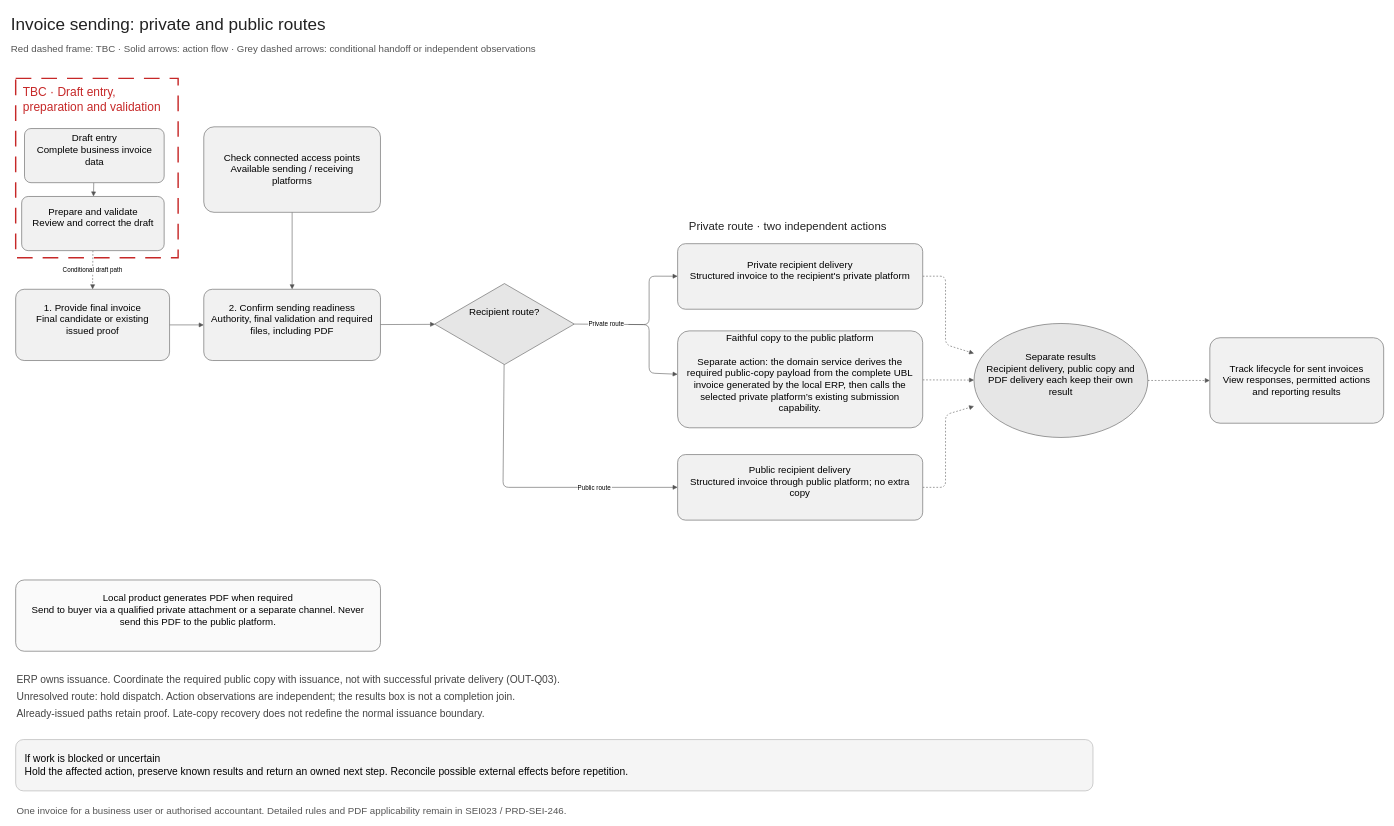
The draw.io diagram assets/diagrams/invoice-sending-end-to-end-workflow.drawio in jiaxinhe0709/pm_second_brain, before the edit. Source tidied: cells renumbered, new cells numbered last; positions are measured from the earlier drawing's top-left corner, leaving out a move shared by most shapes. Both pictures are drawn from the tidied source at 57%, with x=0, y=0 at pixel (10, 10).
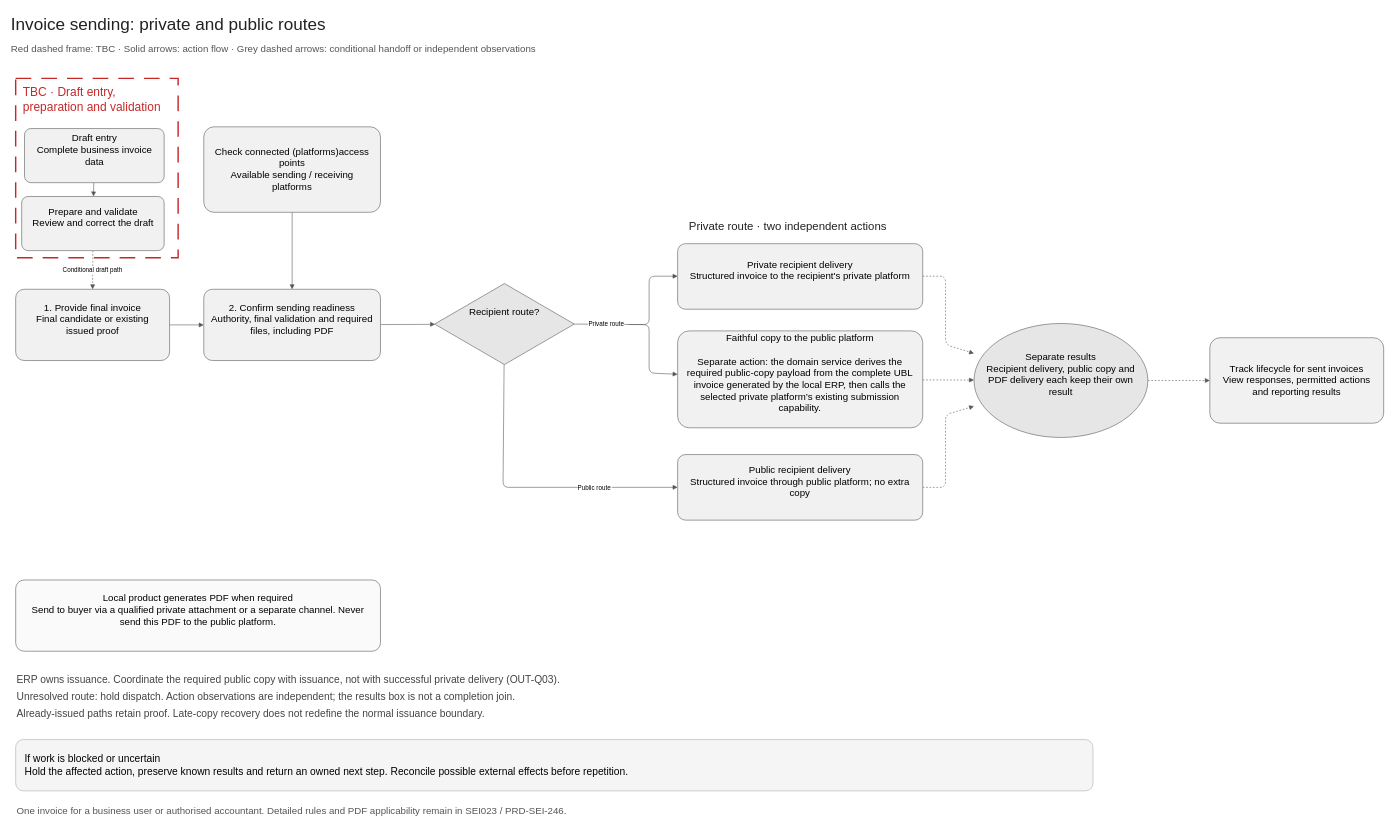
The same diagram, later.

Change to the diagram source:
```diff
@@
-    <mxCell id="19" value="Check connected access points&#10;Available sending / receiving platforms" style="rounded=1;arcSize=12;whiteSpace=wrap;html=0;fontSize=17;spacing=12;fillColor=#f1f1f1;strokeColor=#555555;" parent="1" vertex="1">
+    <mxCell id="19" value="Check connected (platforms)access points&#10;Available sending / receiving platforms" style="rounded=1;arcSize=12;whiteSpace=wrap;html=0;fontSize=17;spacing=12;fillColor=#f1f1f1;strokeColor=#555555;" parent="1" vertex="1">
       <mxGeometry x="340" y="205" width="310" height="150" as="geometry" />
     </mxCell>
```
